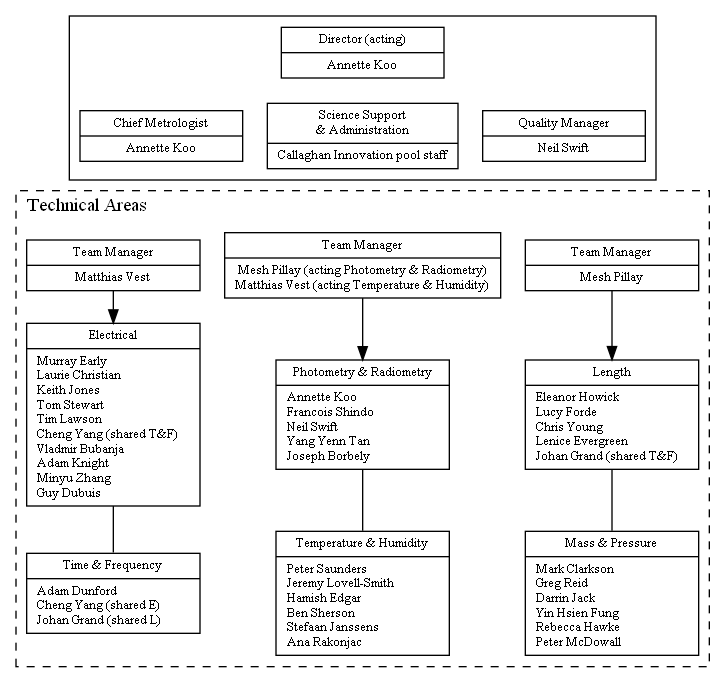
Above: quality_manual_document/pictures/MSL_org_full.png in MSLNZ/Quality-Manual (Graphviz), before the change. Its source is kept beside it as quality_manual_document/pictures/MSL_org_full.gv.
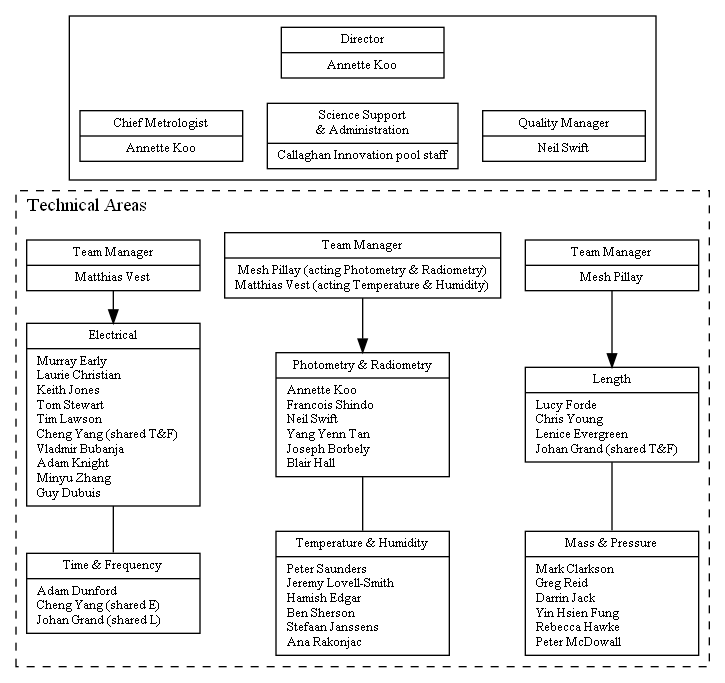
After the commit.

What changed in the source:
```diff
@@ -23,7 +23,7 @@
         nodesep = "0.1 equally"     /* minimum horizontal distance */
 
         B1 [style=invis];
-        D [label="{Director (acting)|Annette Koo}"];
+        D [label="{Director |Annette Koo}"];
         B2 [style=invis];
 
         {rank=same; B2, D, B1 ; }
@@ -80,7 +80,6 @@
         {rank=same; TeamLengthMass, TeamTemperatureLight, TeamElectricalTime; }
 
         S_length [label = "{ Length| "
-        +   "Eleanor Howick\l"
         +   "Lucy Forde\l"
         +   "Chris Young\l"
         +   "Lenice Evergreen\l"
@@ -118,6 +117,7 @@
         +	"Neil Swift\l"
         +	"Yang Yenn Tan\l"
         +	"Joseph Borbely\l"
+		+	"Blair Hall\l"
         +   "}"
         ];
 
```
